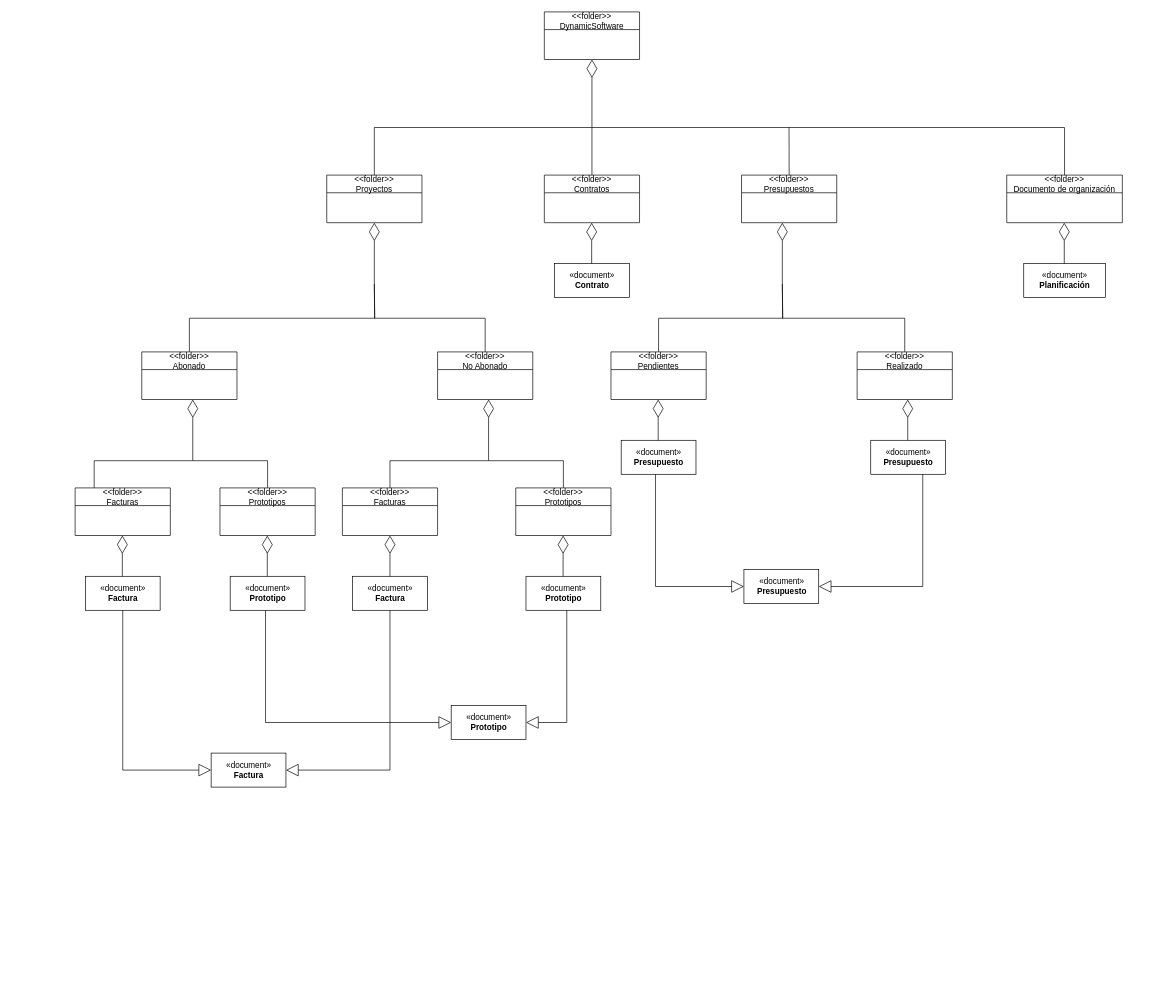
Earlier version of the draw.io diagram page "Page-1" (1 of 2) of Entrega 3 (12 Noviembre)/Documentación Análisis/Análisis UML DMS v1.drawio (EsDeSepa/GSI-2122-G04). Source tidied: cells renumbered, new cells numbered last; positions are measured from the earlier drawing's top-left corner, leaving out a move shared by most shapes. Both pictures are drawn from the tidied source at 68%, with x=0, y=0 at pixel (75, 12).
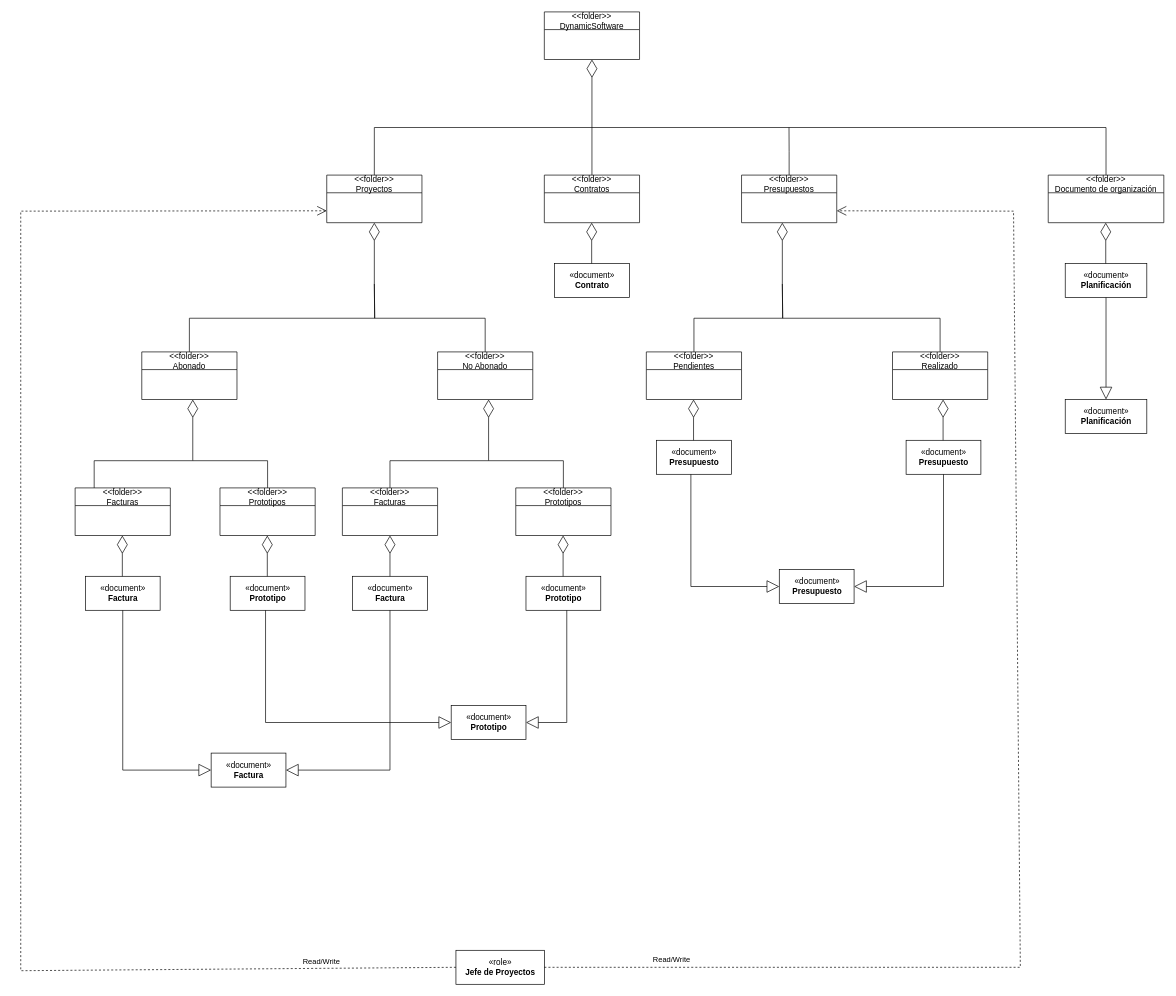
After the change.

Commit message:
Implementación de diseño UML v1 final

Unchanged cells that the change refers to:
```xml
<mxCell id="6" value="&lt;&lt;folder&gt;&gt;&#10;Proyectos" style="swimlane;fontStyle=0;horizontal=1;startSize=26;fillColor=none;" parent="1" vertex="1">
  <mxGeometry x="370" y="240" width="140" height="70" as="geometry" />
</mxCell>
<mxCell id="9" value="&lt;&lt;folder&gt;&gt;&#10;Presupuestos" style="swimlane;fontStyle=0;horizontal=1;startSize=26;fillColor=none;" parent="1" vertex="1">
  <mxGeometry x="980" y="240" width="140" height="70" as="geometry" />
</mxCell>
```

Change to the diagram source:
```diff
@@
     <mxCell id="10" style="edgeStyle=orthogonalEdgeStyle;rounded=0;jettySize=auto;html=1;exitX=0.5;exitY=0;exitDx=0;exitDy=0;endArrow=none;endFill=0;" parent="1" edge="1" source="11">
       <mxGeometry relative="1" as="geometry">
         <mxPoint x="760" y="170" as="targetPoint" />
         <Array as="points">
-          <mxPoint x="1455" y="170" />
+          <mxPoint x="1516" y="170" />
         </Array>
       </mxGeometry>
     </mxCell>
     <mxCell id="11" value="&lt;&lt;folder&gt;&gt;&#10;Documento de organización" style="swimlane;fontStyle=0;horizontal=1;startSize=26;fillColor=none;" parent="1" vertex="1">
-      <mxGeometry x="1370" y="240" width="170" height="70" as="geometry" />
+      <mxGeometry x="1431" y="240" width="170" height="70" as="geometry" />
     </mxCell>
@@
     <mxCell id="22" value="«document»&lt;br&gt;&lt;b&gt;Presupuesto&lt;/b&gt;" style="html=1;" parent="1" vertex="1">
-      <mxGeometry x="803" y="630" width="110" height="50" as="geometry" />
+      <mxGeometry x="855" y="630" width="110" height="50" as="geometry" />
     </mxCell>
     <mxCell id="23" value="«document»&lt;br&gt;&lt;b&gt;Planificación&lt;/b&gt;" style="html=1;" parent="1" vertex="1">
-      <mxGeometry x="1395" y="370" width="120" height="50" as="geometry" />
+      <mxGeometry x="1456" y="370" width="120" height="50" as="geometry" />
     </mxCell>
     <mxCell id="24" style="endArrow=diamondThin;endFill=0;endSize=24;html=1;rounded=0;entryX=0.5;entryY=1;entryDx=0;entryDy=0;" parent="1" edge="1">
       <mxGeometry relative="1" as="geometry">
-        <mxPoint x="1454.6" y="370" as="sourcePoint" />
-        <mxPoint x="1454.6" y="310" as="targetPoint" />
+        <mxPoint x="1515.6" y="370" as="sourcePoint" />
+        <mxPoint x="1515.6" y="310" as="targetPoint" />
       </mxGeometry>
     </mxCell>
@@
     <mxCell id="40" value="&lt;&lt;folder&gt;&gt;&#10;Pendientes" style="swimlane;fontStyle=0;horizontal=1;startSize=26;fillColor=none;" parent="1" vertex="1">
-      <mxGeometry x="788" y="500" width="140" height="70" as="geometry" />
+      <mxGeometry x="840" y="500" width="140" height="70" as="geometry" />
     </mxCell>
@@
     <mxCell id="42" value="&lt;&lt;folder&gt;&gt;&#10;Realizado" style="swimlane;fontStyle=0;horizontal=1;startSize=26;fillColor=none;" parent="1" vertex="1">
-      <mxGeometry x="1150" y="500" width="140" height="70" as="geometry" />
+      <mxGeometry x="1202" y="500" width="140" height="70" as="geometry" />
     </mxCell>
@@
     <mxCell id="44" style="endArrow=diamondThin;endFill=0;endSize=24;html=1;rounded=0;entryX=0.5;entryY=1;entryDx=0;entryDy=0;" parent="1" edge="1">
       <mxGeometry relative="1" as="geometry">
-        <mxPoint x="857.4" y="630" as="sourcePoint" />
-        <mxPoint x="857.4" y="570" as="targetPoint" />
+        <mxPoint x="909.4" y="630" as="sourcePoint" />
+        <mxPoint x="909.4" y="570" as="targetPoint" />
       </mxGeometry>
     </mxCell>
     <mxCell id="45" value="«document»&lt;br&gt;&lt;b&gt;Presupuesto&lt;/b&gt;" style="html=1;" parent="1" vertex="1">
-      <mxGeometry x="1170" y="630" width="110" height="50" as="geometry" />
+      <mxGeometry x="1222" y="630" width="110" height="50" as="geometry" />
     </mxCell>
     <mxCell id="46" style="endArrow=diamondThin;endFill=0;endSize=24;html=1;rounded=0;entryX=0.5;entryY=1;entryDx=0;entryDy=0;" parent="1" edge="1">
       <mxGeometry relative="1" as="geometry">
-        <mxPoint x="1224.4" y="630" as="sourcePoint" />
-        <mxPoint x="1224.4" y="570" as="targetPoint" />
+        <mxPoint x="1276.4" y="630" as="sourcePoint" />
+        <mxPoint x="1276.4" y="570" as="targetPoint" />
       </mxGeometry>
     </mxCell>
@@
     <mxCell id="50" value="«document»&lt;br&gt;&lt;b&gt;Presupuesto&lt;/b&gt;" style="html=1;" parent="1" vertex="1">
-      <mxGeometry x="983.5" y="820" width="110" height="50" as="geometry" />
+      <mxGeometry x="1035.5" y="820" width="110" height="50" as="geometry" />
     </mxCell>
     <mxCell id="51" style="endArrow=block;endSize=16;endFill=0;html=1;rounded=0;entryX=0;entryY=0.5;entryDx=0;entryDy=0;exitX=0.5;exitY=1;exitDx=0;exitDy=0;" parent="1" edge="1" target="50">
       <mxGeometry x="0.18" y="2" relative="1" as="geometry">
-        <mxPoint x="853.5" y="680" as="sourcePoint" />
+        <mxPoint x="905.5" y="680" as="sourcePoint" />
         <Array as="points">
-          <mxPoint x="853.5" y="845" />
+          <mxPoint x="905.5" y="845" />
         </Array>
       </mxGeometry>
     </mxCell>
-    <mxCell id="52" style="endArrow=block;endSize=16;endFill=0;html=1;rounded=0;entryX=1;entryY=0.5;entryDx=0;entryDy=0;exitX=0.5;exitY=1;exitDx=0;exitDy=0;" parent="1" edge="1" target="50">
+    <mxCell id="52" style="endArrow=block;endSize=16;endFill=0;html=1;rounded=0;entryX=1;entryY=0.5;entryDx=0;entryDy=0;exitX=0.5;exitY=1;exitDx=0;exitDy=0;" parent="1" edge="1" source="45" target="50">
       <mxGeometry x="0.18" y="2" relative="1" as="geometry">
-        <mxPoint x="1246.5" y="680" as="sourcePoint" />
         <Array as="points">
-          <mxPoint x="1246.5" y="845" />
+          <mxPoint x="1277" y="845" />
         </Array>
       </mxGeometry>
     </mxCell>
@@
+    <mxCell id="56" value="«document»&lt;br&gt;&lt;b&gt;Planificación&lt;/b&gt;" style="html=1;" parent="1" vertex="1">
+      <mxGeometry x="1456" y="570" width="120" height="50" as="geometry" />
+    </mxCell>
+    <mxCell id="57" style="endArrow=block;endSize=16;endFill=0;html=1;rounded=0;entryX=0.5;entryY=0;entryDx=0;entryDy=0;exitX=0.5;exitY=1;exitDx=0;exitDy=0;" parent="1" edge="1" source="23" target="56">
+      <mxGeometry x="0.18" y="2" relative="1" as="geometry" />
+    </mxCell>
+    <mxCell id="58" value="«role»&lt;br&gt;&lt;b&gt;Jefe de Proyectos&lt;/b&gt;" style="html=1;" parent="1" vertex="1">
+      <mxGeometry x="560" y="1380" width="130" height="50" as="geometry" />
+    </mxCell>
+    <mxCell id="59" style="endArrow=open;endSize=12;dashed=1;html=1;rounded=0;exitX=0;exitY=0.5;exitDx=0;exitDy=0;entryX=0;entryY=0.75;entryDx=0;entryDy=0;" parent="1" edge="1" source="58" target="6">
+      <mxGeometry x="0.02" y="13" relative="1" as="geometry">
+        <Array as="points">
+          <mxPoint x="-80" y="1410" />
+          <mxPoint x="-80" y="293" />
+        </Array>
+      </mxGeometry>
+    </mxCell>
+    <mxCell id="60" value="Read/Write" style="edgeLabel;html=1;align=center;verticalAlign=middle;" parent="59" vertex="1">
+      <mxGeometry x="-0.82" y="1" relative="1" as="geometry">
+        <mxPoint y="-11" as="offset" />
+      </mxGeometry>
+    </mxCell>
+    <mxCell id="61" style="endArrow=open;endSize=12;dashed=1;html=1;rounded=0;exitX=1;exitY=0.5;exitDx=0;exitDy=0;entryX=1;entryY=0.75;entryDx=0;entryDy=0;" parent="1" edge="1" source="58" target="9">
+      <mxGeometry x="0.02" y="13" relative="1" as="geometry">
+        <Array as="points">
+          <mxPoint x="1390" y="1405" />
+          <mxPoint x="1380" y="293" />
+        </Array>
+      </mxGeometry>
+    </mxCell>
+    <mxCell id="62" value="Read/Write" style="edgeLabel;html=1;align=center;verticalAlign=middle;" parent="61" vertex="1">
+      <mxGeometry x="-0.82" y="1" relative="1" as="geometry">
+        <mxPoint y="-11" as="offset" />
+      </mxGeometry>
+    </mxCell>
```
